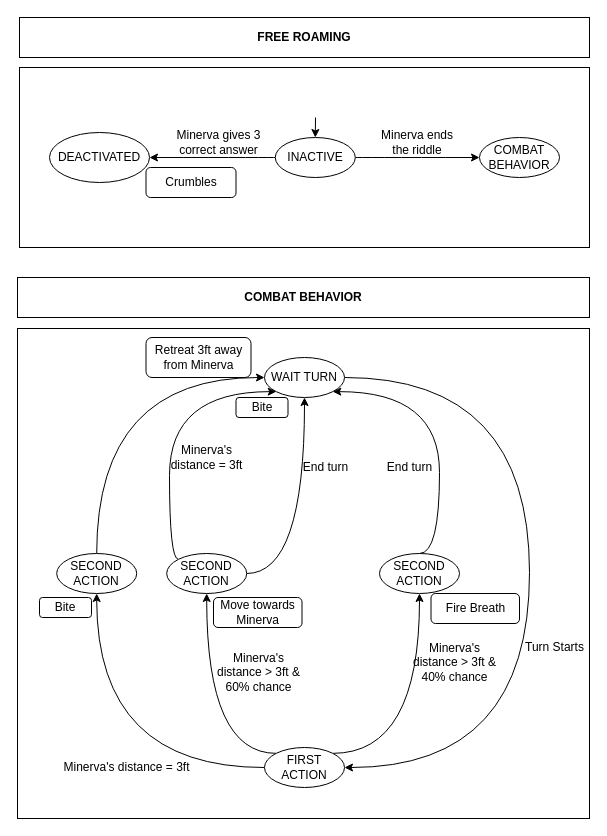
This is Images/LDD/Projects/drawio/PRJ_BHV_statueC_behaviour.drawio from Ode97/Progetto-GDP-2020-2021, a draw.io file, before an edit. Source tidied: cells renumbered, new cells numbered last; positions are measured from the earlier drawing's top-left corner, leaving out a move shared by most shapes. Both pictures are drawn from the tidied source at 100%, with x=0, y=0 at pixel (17, 17).
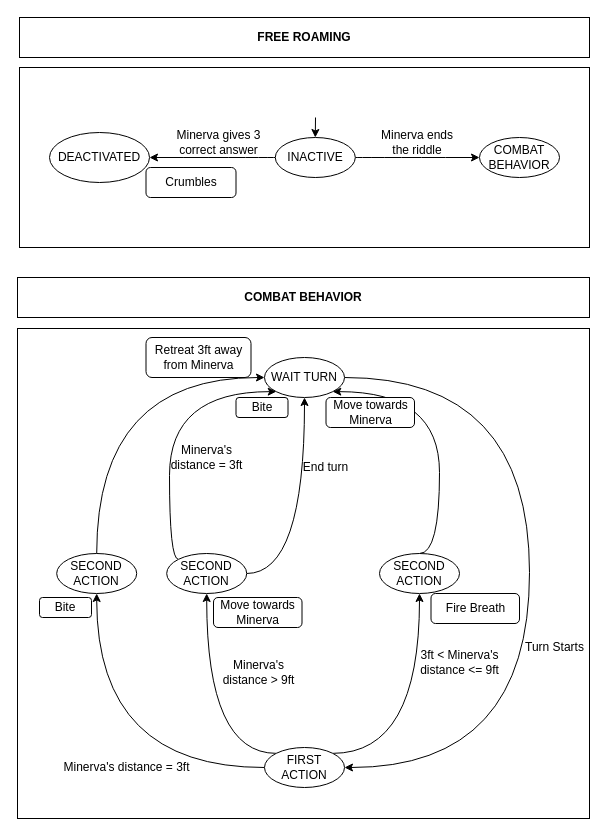
Above is the later version.

The edit, as a diff of the source:
```diff
@@
-    <mxCell id="34" value="Minerva's &lt;br&gt;distance &amp;gt; 3ft &amp;amp;&lt;br&gt;60% chance" style="text;html=1;align=center;verticalAlign=middle;" parent="1" vertex="1">
-      <mxGeometry x="191" y="630" width="100" height="50" as="geometry" />
+    <mxCell id="34" value="Minerva's &lt;br&gt;distance &amp;gt; 9ft" style="text;html=1;align=center;verticalAlign=middle;" parent="1" vertex="1">
+      <mxGeometry x="196" y="640" width="90" height="30" as="geometry" />
     </mxCell>
@@
-    <mxCell id="36" value="End turn" style="text;html=1;align=center;verticalAlign=middle;" parent="1" vertex="1">
-      <mxGeometry x="362" y="440" width="60" height="20" as="geometry" />
-    </mxCell>
-    <mxCell id="37" value="Minerva's &lt;br&gt;distance &amp;gt; 3ft &amp;amp;&lt;br&gt;40% chance" style="text;html=1;align=center;verticalAlign=middle;" parent="1" vertex="1">
-      <mxGeometry x="387" y="620" width="100" height="50" as="geometry" />
+    <mxCell id="37" value="3ft &amp;lt; Minerva's &lt;br&gt;distance &amp;lt;= 9ft" style="text;html=1;align=center;verticalAlign=middle;" parent="1" vertex="1">
+      <mxGeometry x="397" y="630" width="90" height="30" as="geometry" />
     </mxCell>
@@
+    <mxCell id="40" value="Move towards Minerva" style="rounded=1;whiteSpace=wrap;html=1;" parent="1" vertex="1">
+      <mxGeometry x="308.5" y="380" width="88.5" height="30" as="geometry" />
+    </mxCell>
```
